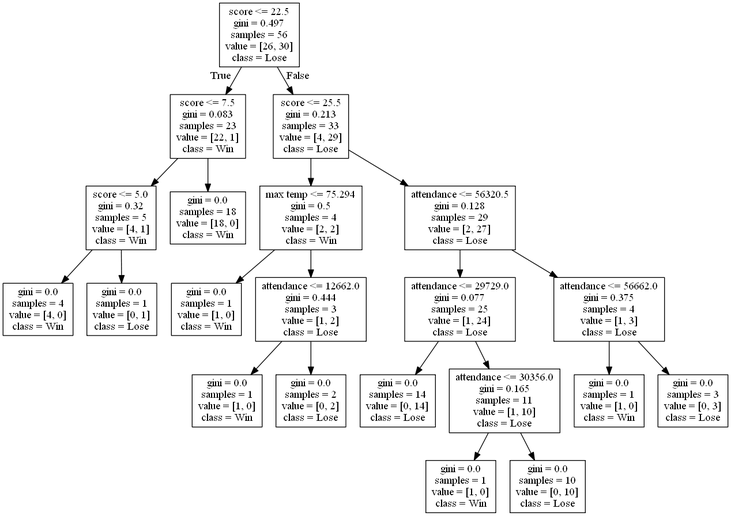
Earlier version of the Graphviz export DecisionTrees/decision_tree_with_score3.png (alexana-steck/CSE482Project). Its source is kept beside it as DecisionTrees/decision_tree_with_score3.dot. The source it was exported from:
```dot
digraph Tree {
node [shape=box] ;
0 [label="score <= 22.5\ngini = 0.497\nsamples = 56\nvalue = [26, 30]\nclass = Lose"] ;
1 [label="score <= 7.5\ngini = 0.083\nsamples = 23\nvalue = [22, 1]\nclass = Win"] ;
0 -> 1 [labeldistance=2.5, labelangle=45, headlabel="True"] ;
2 [label="score <= 5.0\ngini = 0.32\nsamples = 5\nvalue = [4, 1]\nclass = Win"] ;
1 -> 2 ;
3 [label="gini = 0.0\nsamples = 4\nvalue = [4, 0]\nclass = Win"] ;
2 -> 3 ;
4 [label="gini = 0.0\nsamples = 1\nvalue = [0, 1]\nclass = Lose"] ;
2 -> 4 ;
5 [label="gini = 0.0\nsamples = 18\nvalue = [18, 0]\nclass = Win"] ;
1 -> 5 ;
6 [label="score <= 25.5\ngini = 0.213\nsamples = 33\nvalue = [4, 29]\nclass = Lose"] ;
0 -> 6 [labeldistance=2.5, labelangle=-45, headlabel="False"] ;
7 [label="max temp <= 75.294\ngini = 0.5\nsamples = 4\nvalue = [2, 2]\nclass = Win"] ;
6 -> 7 ;
8 [label="gini = 0.0\nsamples = 1\nvalue = [1, 0]\nclass = Win"] ;
7 -> 8 ;
9 [label="attendance <= 12662.0\ngini = 0.444\nsamples = 3\nvalue = [1, 2]\nclass = Lose"] ;
7 -> 9 ;
10 [label="gini = 0.0\nsamples = 1\nvalue = [1, 0]\nclass = Win"] ;
9 -> 10 ;
11 [label="gini = 0.0\nsamples = 2\nvalue = [0, 2]\nclass = Lose"] ;
9 -> 11 ;
12 [label="attendance <= 56320.5\ngini = 0.128\nsamples = 29\nvalue = [2, 27]\nclass = Lose"] ;
6 -> 12 ;
13 [label="attendance <= 29729.0\ngini = 0.077\nsamples = 25\nvalue = [1, 24]\nclass = Lose"] ;
12 -> 13 ;
14 [label="gini = 0.0\nsamples = 14\nvalue = [0, 14]\nclass = Lose"] ;
13 -> 14 ;
15 [label="attendance <= 30356.0\ngini = 0.165\nsamples = 11\nvalue = [1, 10]\nclass = Lose"] ;
13 -> 15 ;
16 [label="gini = 0.0\nsamples = 1\nvalue = [1, 0]\nclass = Win"] ;
15 -> 16 ;
17 [label="gini = 0.0\nsamples = 10\nvalue = [0, 10]\nclass = Lose"] ;
15 -> 17 ;
18 [label="attendance <= 56662.0\ngini = 0.375\nsamples = 4\nvalue = [1, 3]\nclass = Lose"] ;
12 -> 18 ;
19 [label="gini = 0.0\nsamples = 1\nvalue = [1, 0]\nclass = Win"] ;
18 -> 19 ;
20 [label="gini = 0.0\nsamples = 3\nvalue = [0, 3]\nclass = Lose"] ;
18 -> 20 ;
}
```
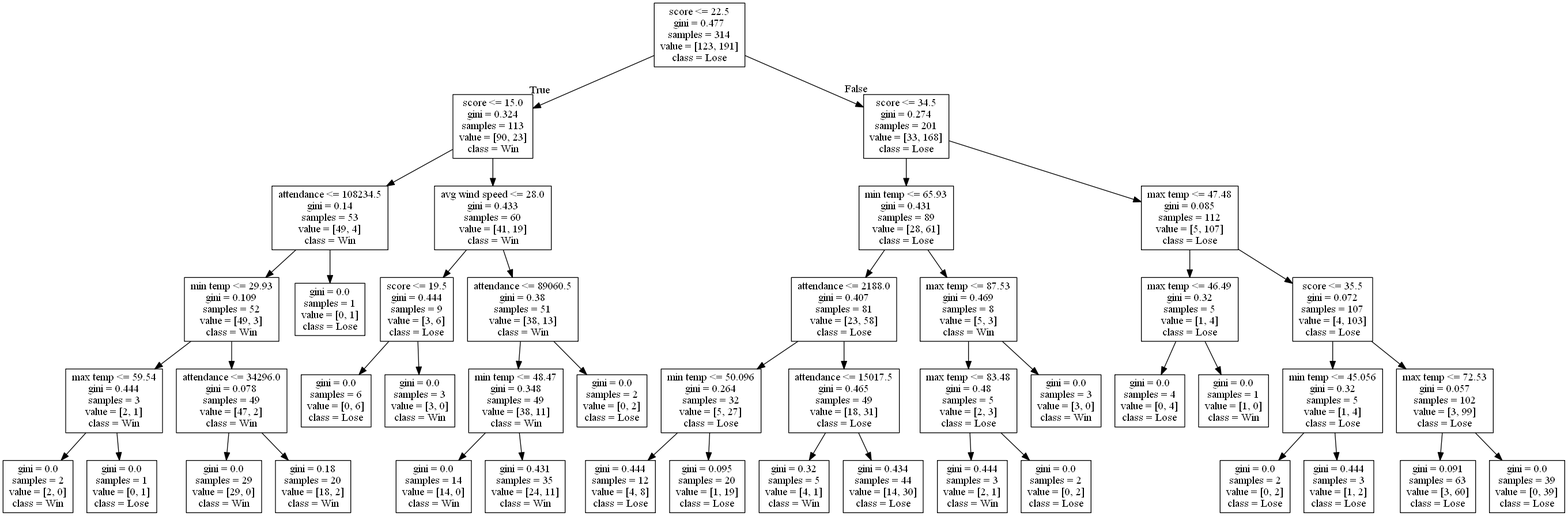
After the change.

Change to the diagram source:
```diff
@@ -1,44 +1,92 @@
 digraph Tree {
 node [shape=box] ;
-0 [label="score <= 22.5\ngini = 0.497\nsamples = 56\nvalue = [26, 30]\nclass = Lose"] ;
-1 [label="score <= 7.5\ngini = 0.083\nsamples = 23\nvalue = [22, 1]\nclass = Win"] ;
+0 [label="score <= 22.5\ngini = 0.477\nsamples = 314\nvalue = [123, 191]\nclass = Lose"] ;
+1 [label="score <= 15.0\ngini = 0.324\nsamples = 113\nvalue = [90, 23]\nclass = Win"] ;
 0 -> 1 [labeldistance=2.5, labelangle=45, headlabel="True"] ;
-2 [label="score <= 5.0\ngini = 0.32\nsamples = 5\nvalue = [4, 1]\nclass = Win"] ;
+2 [label="attendance <= 108234.5\ngini = 0.14\nsamples = 53\nvalue = [49, 4]\nclass = Win"] ;
 1 -> 2 ;
-3 [label="gini = 0.0\nsamples = 4\nvalue = [4, 0]\nclass = Win"] ;
+3 [label="min temp <= 29.93\ngini = 0.109\nsamples = 52\nvalue = [49, 3]\nclass = Win"] ;
 2 -> 3 ;
-4 [label="gini = 0.0\nsamples = 1\nvalue = [0, 1]\nclass = Lose"] ;
-2 -> 4 ;
-5 [label="gini = 0.0\nsamples = 18\nvalue = [18, 0]\nclass = Win"] ;
-1 -> 5 ;
-6 [label="score <= 25.5\ngini = 0.213\nsamples = 33\nvalue = [4, 29]\nclass = Lose"] ;
-0 -> 6 [labeldistance=2.5, labelangle=-45, headlabel="False"] ;
-7 [label="max temp <= 75.294\ngini = 0.5\nsamples = 4\nvalue = [2, 2]\nclass = Win"] ;
-6 -> 7 ;
-8 [label="gini = 0.0\nsamples = 1\nvalue = [1, 0]\nclass = Win"] ;
+4 [label="max temp <= 59.54\ngini = 0.444\nsamples = 3\nvalue = [2, 1]\nclass = Win"] ;
+3 -> 4 ;
+5 [label="gini = 0.0\nsamples = 2\nvalue = [2, 0]\nclass = Win"] ;
+4 -> 5 ;
+6 [label="gini = 0.0\nsamples = 1\nvalue = [0, 1]\nclass = Lose"] ;
+4 -> 6 ;
+7 [label="attendance <= 34296.0\ngini = 0.078\nsamples = 49\nvalue = [47, 2]\nclass = Win"] ;
+3 -> 7 ;
+8 [label="gini = 0.0\nsamples = 29\nvalue = [29, 0]\nclass = Win"] ;
 7 -> 8 ;
-9 [label="attendance <= 12662.0\ngini = 0.444\nsamples = 3\nvalue = [1, 2]\nclass = Lose"] ;
+9 [label="gini = 0.18\nsamples = 20\nvalue = [18, 2]\nclass = Win"] ;
 7 -> 9 ;
-10 [label="gini = 0.0\nsamples = 1\nvalue = [1, 0]\nclass = Win"] ;
-9 -> 10 ;
-11 [label="gini = 0.0\nsamples = 2\nvalue = [0, 2]\nclass = Lose"] ;
-9 -> 11 ;
-12 [label="attendance <= 56320.5\ngini = 0.128\nsamples = 29\nvalue = [2, 27]\nclass = Lose"] ;
-6 -> 12 ;
-13 [label="attendance <= 29729.0\ngini = 0.077\nsamples = 25\nvalue = [1, 24]\nclass = Lose"] ;
+10 [label="gini = 0.0\nsamples = 1\nvalue = [0, 1]\nclass = Lose"] ;
+2 -> 10 ;
+11 [label="avg wind speed <= 28.0\ngini = 0.433\nsamples = 60\nvalue = [41, 19]\nclass = Win"] ;
+1 -> 11 ;
+12 [label="score <= 19.5\ngini = 0.444\nsamples = 9\nvalue = [3, 6]\nclass = Lose"] ;
+11 -> 12 ;
+13 [label="gini = 0.0\nsamples = 6\nvalue = [0, 6]\nclass = Lose"] ;
 12 -> 13 ;
-14 [label="gini = 0.0\nsamples = 14\nvalue = [0, 14]\nclass = Lose"] ;
-13 -> 14 ;
-15 [label="attendance <= 30356.0\ngini = 0.165\nsamples = 11\nvalue = [1, 10]\nclass = Lose"] ;
-13 -> 15 ;
-16 [label="gini = 0.0\nsamples = 1\nvalue = [1, 0]\nclass = Win"] ;
+14 [label="gini = 0.0\nsamples = 3\nvalue = [3, 0]\nclass = Win"] ;
+12 -> 14 ;
+15 [label="attendance <= 89060.5\ngini = 0.38\nsamples = 51\nvalue = [38, 13]\nclass = Win"] ;
+11 -> 15 ;
+16 [label="min temp <= 48.47\ngini = 0.348\nsamples = 49\nvalue = [38, 11]\nclass = Win"] ;
 15 -> 16 ;
-17 [label="gini = 0.0\nsamples = 10\nvalue = [0, 10]\nclass = Lose"] ;
-15 -> 17 ;
-18 [label="attendance <= 56662.0\ngini = 0.375\nsamples = 4\nvalue = [1, 3]\nclass = Lose"] ;
-12 -> 18 ;
-19 [label="gini = 0.0\nsamples = 1\nvalue = [1, 0]\nclass = Win"] ;
-18 -> 19 ;
-20 [label="gini = 0.0\nsamples = 3\nvalue = [0, 3]\nclass = Lose"] ;
-18 -> 20 ;
+17 [label="gini = 0.0\nsamples = 14\nvalue = [14, 0]\nclass = Win"] ;
+16 -> 17 ;
+18 [label="gini = 0.431\nsamples = 35\nvalue = [24, 11]\nclass = Win"] ;
+16 -> 18 ;
+19 [label="gini = 0.0\nsamples = 2\nvalue = [0, 2]\nclass = Lose"] ;
+15 -> 19 ;
+20 [label="score <= 34.5\ngini = 0.274\nsamples = 201\nvalue = [33, 168]\nclass = Lose"] ;
+0 -> 20 [labeldistance=2.5, labelangle=-45, headlabel="False"] ;
+21 [label="min temp <= 65.93\ngini = 0.431\nsamples = 89\nvalue = [28, 61]\nclass = Lose"] ;
+20 -> 21 ;
+22 [label="attendance <= 2188.0\ngini = 0.407\nsamples = 81\nvalue = [23, 58]\nclass = Lose"] ;
+21 -> 22 ;
+23 [label="min temp <= 50.096\ngini = 0.264\nsamples = 32\nvalue = [5, 27]\nclass = Lose"] ;
+22 -> 23 ;
+24 [label="gini = 0.444\nsamples = 12\nvalue = [4, 8]\nclass = Lose"] ;
+23 -> 24 ;
+25 [label="gini = 0.095\nsamples = 20\nvalue = [1, 19]\nclass = Lose"] ;
+23 -> 25 ;
+26 [label="attendance <= 15017.5\ngini = 0.465\nsamples = 49\nvalue = [18, 31]\nclass = Lose"] ;
+22 -> 26 ;
+27 [label="gini = 0.32\nsamples = 5\nvalue = [4, 1]\nclass = Win"] ;
+26 -> 27 ;
+28 [label="gini = 0.434\nsamples = 44\nvalue = [14, 30]\nclass = Lose"] ;
+26 -> 28 ;
+29 [label="max temp <= 87.53\ngini = 0.469\nsamples = 8\nvalue = [5, 3]\nclass = Win"] ;
+21 -> 29 ;
+30 [label="max temp <= 83.48\ngini = 0.48\nsamples = 5\nvalue = [2, 3]\nclass = Lose"] ;
+29 -> 30 ;
+31 [label="gini = 0.444\nsamples = 3\nvalue = [2, 1]\nclass = Win"] ;
+30 -> 31 ;
+32 [label="gini = 0.0\nsamples = 2\nvalue = [0, 2]\nclass = Lose"] ;
+30 -> 32 ;
+33 [label="gini = 0.0\nsamples = 3\nvalue = [3, 0]\nclass = Win"] ;
+29 -> 33 ;
+34 [label="max temp <= 47.48\ngini = 0.085\nsamples = 112\nvalue = [5, 107]\nclass = Lose"] ;
+20 -> 34 ;
+35 [label="max temp <= 46.49\ngini = 0.32\nsamples = 5\nvalue = [1, 4]\nclass = Lose"] ;
+34 -> 35 ;
+36 [label="gini = 0.0\nsamples = 4\nvalue = [0, 4]\nclass = Lose"] ;
+35 -> 36 ;
+37 [label="gini = 0.0\nsamples = 1\nvalue = [1, 0]\nclass = Win"] ;
+35 -> 37 ;
+38 [label="score <= 35.5\ngini = 0.072\nsamples = 107\nvalue = [4, 103]\nclass = Lose"] ;
+34 -> 38 ;
+39 [label="min temp <= 45.056\ngini = 0.32\nsamples = 5\nvalue = [1, 4]\nclass = Lose"] ;
+38 -> 39 ;
+40 [label="gini = 0.0\nsamples = 2\nvalue = [0, 2]\nclass = Lose"] ;
+39 -> 40 ;
+41 [label="gini = 0.444\nsamples = 3\nvalue = [1, 2]\nclass = Lose"] ;
+39 -> 41 ;
+42 [label="max temp <= 72.53\ngini = 0.057\nsamples = 102\nvalue = [3, 99]\nclass = Lose"] ;
+38 -> 42 ;
+43 [label="gini = 0.091\nsamples = 63\nvalue = [3, 60]\nclass = Lose"] ;
+42 -> 43 ;
+44 [label="gini = 0.0\nsamples = 39\nvalue = [0, 39]\nclass = Lose"] ;
+42 -> 44 ;
 }
```
